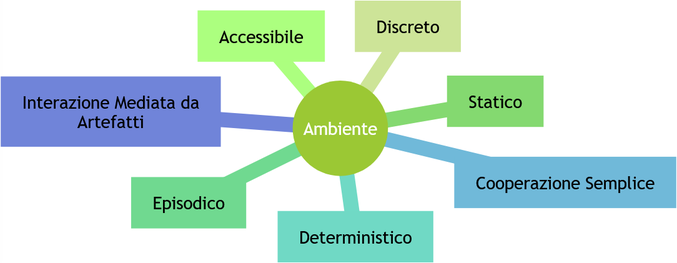
Before: images/environment.png, a diagram exported from Mermaid (frefolli/argos-report). Its source is kept beside it as diagrams/environment.mmd. The source it was exported from:
```mermaid
mindmap
  root((Ambiente))
    [Accessibile]
    [Discreto]
    [Statico]
    [Episodico]
    [Deterministico]
    [Cooperazione Semplice]
    [Interazione Mediata da Artefatti]
```
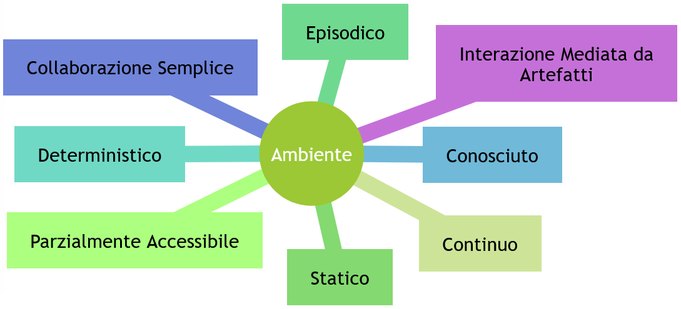
The same diagram one commit later.

Commit message:
fix diagram of environment

The edit, as a diff of the source:
```diff
@@ -1,9 +1,10 @@
 mindmap
   root((Ambiente))
-    [Accessibile]
-    [Discreto]
+    [Parzialmente Accessibile]
+    [Continuo]
     [Statico]
     [Episodico]
     [Deterministico]
-    [Cooperazione Semplice]
+    [Conosciuto]
+    [Collaborazione Semplice]
     [Interazione Mediata da Artefatti]
```
